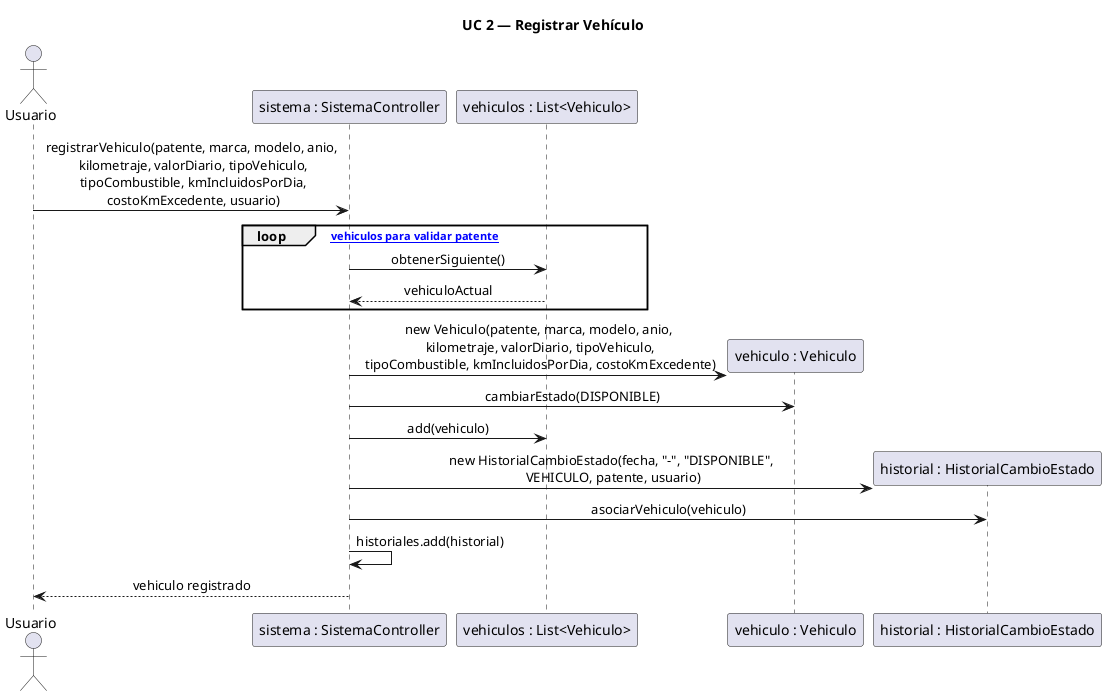
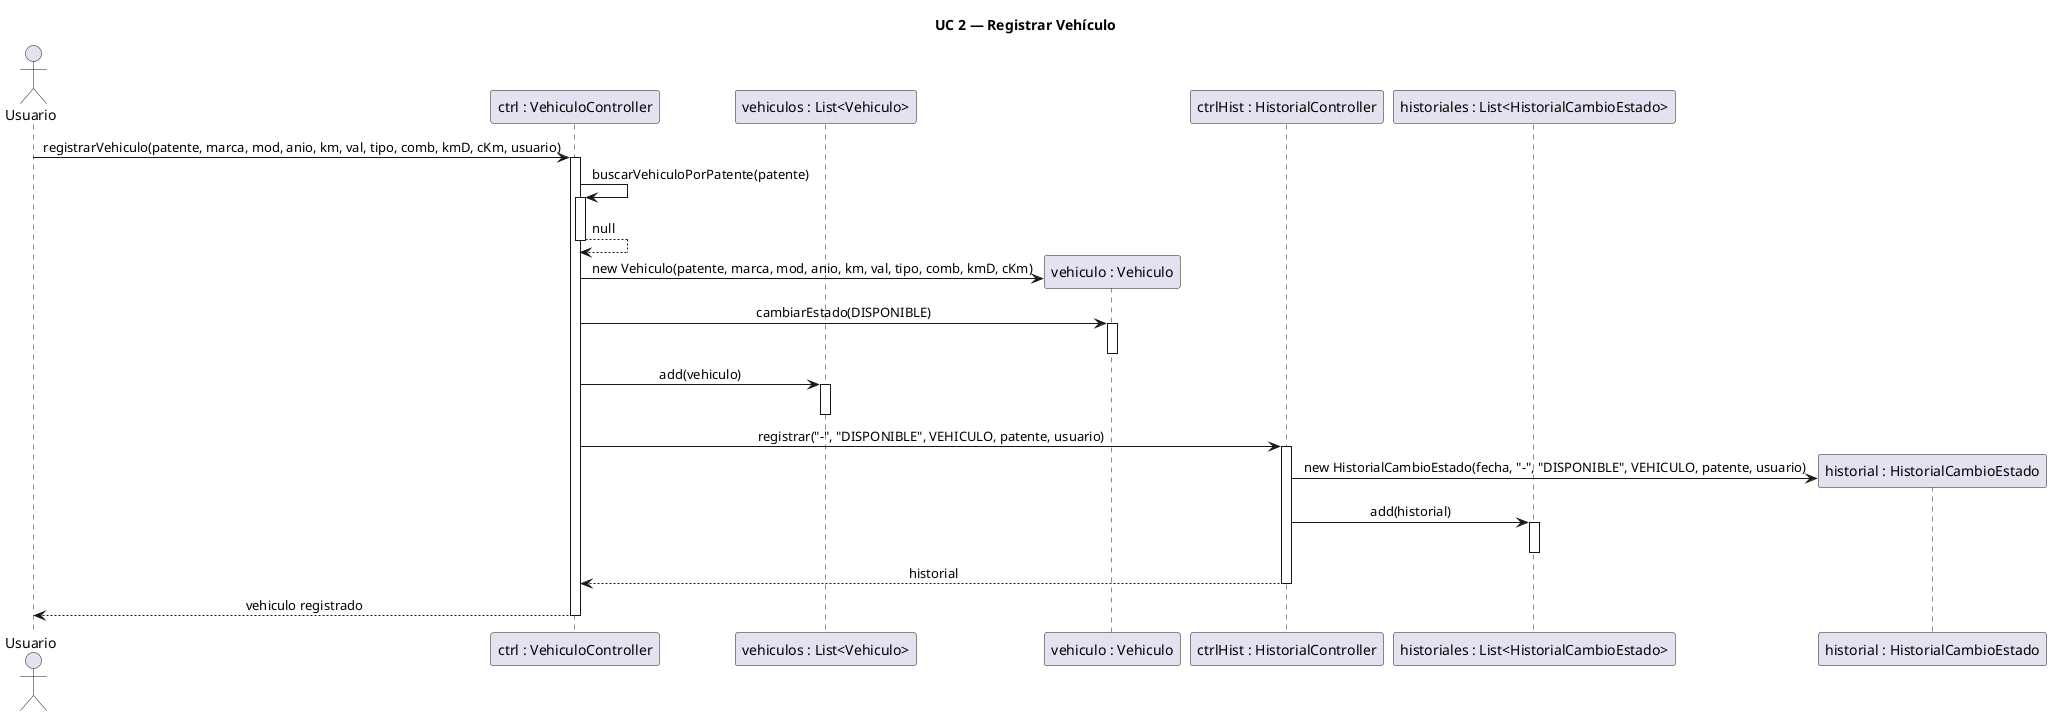
@startuml DS2_RegistrarVehiculo
skinparam sequenceMessageAlign center
skinparam responseMessageBelowArrow true

title UC 2 — Registrar Vehículo

actor Usuario

- participant "sistema : SistemaController" as SC
+ participant "ctrl : VehiculoController" as VC
participant "vehiculos : List<Vehiculo>" as LV
participant "vehiculo : Vehiculo" as V
+ participant "ctrlHist : HistorialController" as HC
+ participant "historiales : List<HistorialCambioEstado>" as LH
participant "historial : HistorialCambioEstado" as H

- Usuario -> SC : registrarVehiculo(patente, marca, modelo, anio,\n kilometraje, valorDiario, tipoVehiculo,\n tipoCombustible, kmIncluidosPorDia,\n costoKmExcedente, usuario)
+ Usuario -> VC : registrarVehiculo(patente, marca, mod, anio, km, val, tipo, comb, kmD, cKm, usuario)
+ activate VC

- loop [recorrer vehiculos para validar patente]
-     SC -> LV : obtenerSiguiente()
-     LV --> SC : vehiculoActual
- end
+ VC -> VC : buscarVehiculoPorPatente(patente)
+ activate VC
+ VC --> VC : null
+ deactivate VC

- SC -> V ** : new Vehiculo(patente, marca, modelo, anio,\n kilometraje, valorDiario, tipoVehiculo,\n tipoCombustible, kmIncluidosPorDia, costoKmExcedente)
- SC -> V  : cambiarEstado(DISPONIBLE)
- SC -> LV : add(vehiculo)
- SC -> H ** : new HistorialCambioEstado(fecha, "-", "DISPONIBLE",\n VEHICULO, patente, usuario)
- SC -> H  : asociarVehiculo(vehiculo)
- SC -> SC : historiales.add(historial)
+ VC -> V ** : new Vehiculo(patente, marca, mod, anio, km, val, tipo, comb, kmD, cKm)
+ VC -> V : cambiarEstado(DISPONIBLE)
+ activate V
+ deactivate V

- SC --> Usuario : vehiculo registrado
+ VC -> LV : add(vehiculo)
+ activate LV
+ deactivate LV
+ 
+ VC -> HC : registrar("-", "DISPONIBLE", VEHICULO, patente, usuario)
+ activate HC
+ 
+ HC -> H ** : new HistorialCambioEstado(fecha, "-", "DISPONIBLE", VEHICULO, patente, usuario)
+ HC -> LH : add(historial)
+ activate LH
+ deactivate LH
+ 
+ HC --> VC : historial
+ deactivate HC
+ 
+ VC --> Usuario : vehiculo registrado
+ deactivate VC

@enduml
